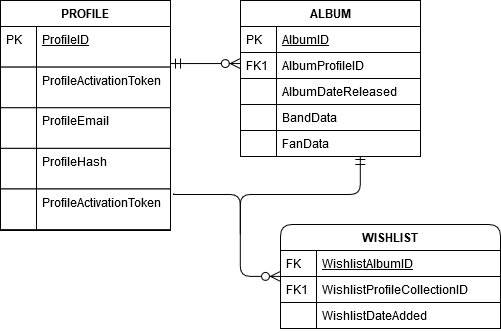
matthewurrea/data-design keeps this draw.io diagram as epic/image/bandcampERD.png. Above is the earlier version. Source tidied: cells renumbered, new cells last; positions are measured from the earlier drawing's top-left corner, leaving out a move shared by most shapes.
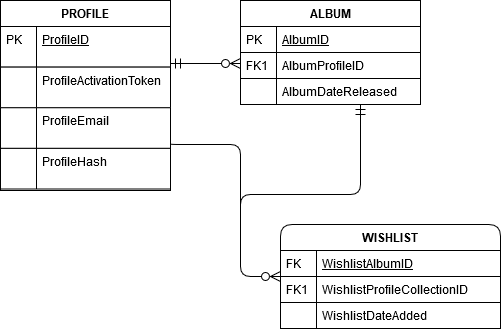
After the change.

Commit message:
created DDL scripts, revised ERD img

What changed in the source:
```diff
@@ -2,18 +2,17 @@
   <root>
     <mxCell id="0" />
     <mxCell id="1" parent="0" />
-    <mxCell id="2" style="edgeStyle=orthogonalEdgeStyle;rounded=1;orthogonalLoop=1;jettySize=auto;html=1;endArrow=none;endFill=0;" parent="1" edge="1">
+    <mxCell id="2" style="edgeStyle=orthogonalEdgeStyle;rounded=1;jettySize=auto;html=1;endArrow=none;endFill=0;exitX=1;exitY=0.75;exitDx=0;exitDy=0;" parent="1" edge="1" source="20">
       <mxGeometry relative="1" as="geometry">
-        <mxPoint x="180" y="194" as="sourcePoint" />
         <mxPoint x="240" y="234" as="targetPoint" />
         <Array as="points">
-          <mxPoint x="170" y="194" />
-          <mxPoint x="240" y="194" />
+          <mxPoint x="170" y="144" />
+          <mxPoint x="240" y="144" />
         </Array>
       </mxGeometry>
     </mxCell>
     <mxCell id="3" value="ALBUM" style="swimlane;fontStyle=1;horizontal=1;startSize=26;rounded=0;shadow=0;strokeWidth=1;" parent="1" vertex="1">
-      <mxGeometry x="240" width="180" height="154" as="geometry" />
+      <mxGeometry x="240" width="180" height="104" as="geometry" />
     </mxCell>
     <mxCell id="4" value="AlbumID" style="shape=partialRectangle;top=1;left=1;right=1;bottom=1;align=left;verticalAlign=top;fillColor=#ffffff;spacingLeft=40;spacingRight=4;overflow=hidden;rounded=0;shadow=0;strokeWidth=1;fontStyle=4;" parent="3" vertex="1">
       <mxGeometry y="26" width="180" height="26" as="geometry" />
@@ -75,7 +74,7 @@
       <mxGeometry width="170" height="250" as="geometry" />
     </mxCell>
     <mxCell id="20" value="PROFILE" style="swimlane;fontStyle=1;horizontal=1;startSize=26;rounded=0;shadow=0;strokeWidth=1;swimlaneLine=1;" parent="19" vertex="1">
-      <mxGeometry width="170" height="230" as="geometry" />
+      <mxGeometry width="170" height="190" as="geometry" />
     </mxCell>
     <mxCell id="21" value="ProfileID" style="shape=partialRectangle;top=1;left=1;right=1;bottom=1;align=left;verticalAlign=top;fillColor=#ffffff;spacingLeft=40;spacingRight=4;overflow=hidden;points=[[0,0.5],[1,0.5]];portConstraint=eastwest;rounded=0;shadow=0;strokeWidth=1;fontStyle=4;" parent="20" vertex="1">
       <mxGeometry y="26" width="170" height="40.6" as="geometry" />
@@ -101,23 +100,5 @@
     <mxCell id="28" style="shape=partialRectangle;top=0;left=0;bottom=0;fillColor=none;align=left;verticalAlign=top;spacingLeft=4;spacingRight=4;overflow=hidden;" parent="27" vertex="1">
       <mxGeometry width="36" height="40.6" as="geometry" />
     </mxCell>
-    <mxCell id="29" value="ProfileActivationToken" style="shape=partialRectangle;top=1;left=1;right=1;bottom=1;align=left;verticalAlign=top;spacingLeft=40;spacingRight=4;overflow=hidden;rounded=0;shadow=0;strokeWidth=1;" parent="20" vertex="1">
-      <mxGeometry y="188.5" width="170" height="40.6" as="geometry" />
-    </mxCell>
-    <mxCell id="30" style="shape=partialRectangle;top=0;left=0;bottom=0;fillColor=none;align=left;verticalAlign=top;spacingLeft=4;spacingRight=4;overflow=hidden;" parent="29" vertex="1">
-      <mxGeometry width="36" height="40.6" as="geometry" />
-    </mxCell>
-    <mxCell id="31" value="BandData" style="shape=partialRectangle;top=1;left=1;right=1;bottom=1;align=left;verticalAlign=top;fillColor=#ffffff;spacingLeft=40;spacingRight=4;overflow=hidden;rounded=0;shadow=0;strokeWidth=1;" parent="1" vertex="1">
-      <mxGeometry x="240" y="104" width="180" height="26" as="geometry" />
-    </mxCell>
-    <mxCell id="32" style="shape=partialRectangle;top=0;left=0;bottom=0;fillColor=none;align=left;verticalAlign=top;spacingLeft=4;spacingRight=4;overflow=hidden;" parent="31" vertex="1">
-      <mxGeometry width="36" height="26" as="geometry" />
-    </mxCell>
-    <mxCell id="33" value="FanData" style="shape=partialRectangle;top=1;left=1;right=1;bottom=1;align=left;verticalAlign=top;fillColor=#ffffff;spacingLeft=40;spacingRight=4;overflow=hidden;rounded=0;shadow=0;strokeWidth=1;" parent="1" vertex="1">
-      <mxGeometry x="240" y="130" width="180" height="26" as="geometry" />
-    </mxCell>
-    <mxCell id="34" style="shape=partialRectangle;top=0;left=0;bottom=0;fillColor=none;align=left;verticalAlign=top;spacingLeft=4;spacingRight=4;overflow=hidden;" parent="33" vertex="1">
-      <mxGeometry width="36" height="26" as="geometry" />
-    </mxCell>
   </root>
 </mxGraphModel>
```
